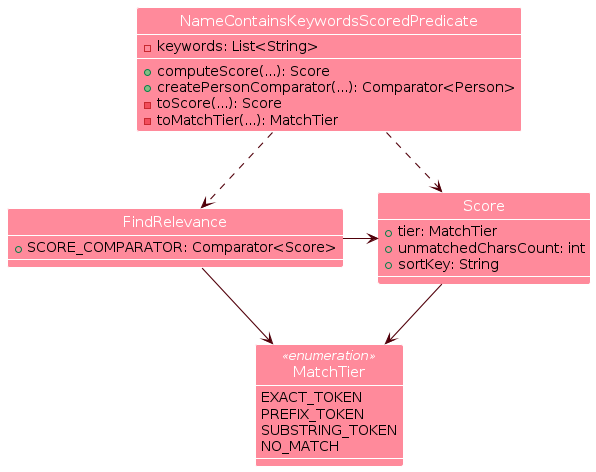
jolenechong/tp keeps this PlantUML diagram as diagrams/BetterSearchClass.png. Above is the earlier version. Its source is kept beside it as diagrams/BetterSearchClass.puml.
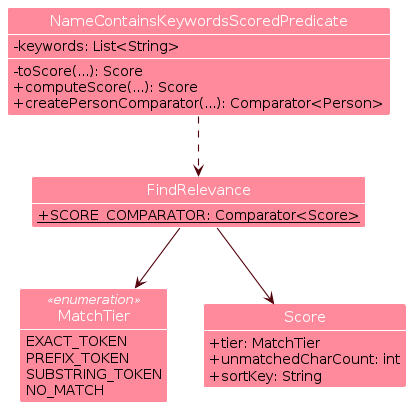
Above is the later version.

The edit, as a diff of the source:
```diff
@@ -2,19 +2,20 @@
 !include style.puml
 skinparam arrowThickness 1.1
 skinparam arrowColor MODEL_COLOR_T4
+skinparam classAttributeIconSize 0
 skinparam classBackgroundColor #ff8a9b
 show members
+hide empty members
 
 class NameContainsKeywordsScoredPredicate {
   - keywords: List<String>
+  - toScore(...): Score
   + computeScore(...): Score
   + createPersonComparator(...): Comparator<Person>
-  - toScore(...): Score
-  - toMatchTier(...): MatchTier
 }
 
 class FindRelevance {
-  + SCORE_COMPARATOR: Comparator<Score>
+  + {static} SCORE_COMPARATOR: Comparator<Score>
 }
 
 enum MatchTier <<enumeration>> {
@@ -26,14 +27,12 @@
 
 class Score {
   + tier: MatchTier
-  + unmatchedCharsCount: int
+  + unmatchedCharCount: int
   + sortKey: String
 }
 
 FindRelevance --> MatchTier
-FindRelevance -r-> Score
+FindRelevance --> Score
 NameContainsKeywordsScoredPredicate ..> FindRelevance
-NameContainsKeywordsScoredPredicate ..> Score
-Score --> MatchTier
 
 @enduml
```
